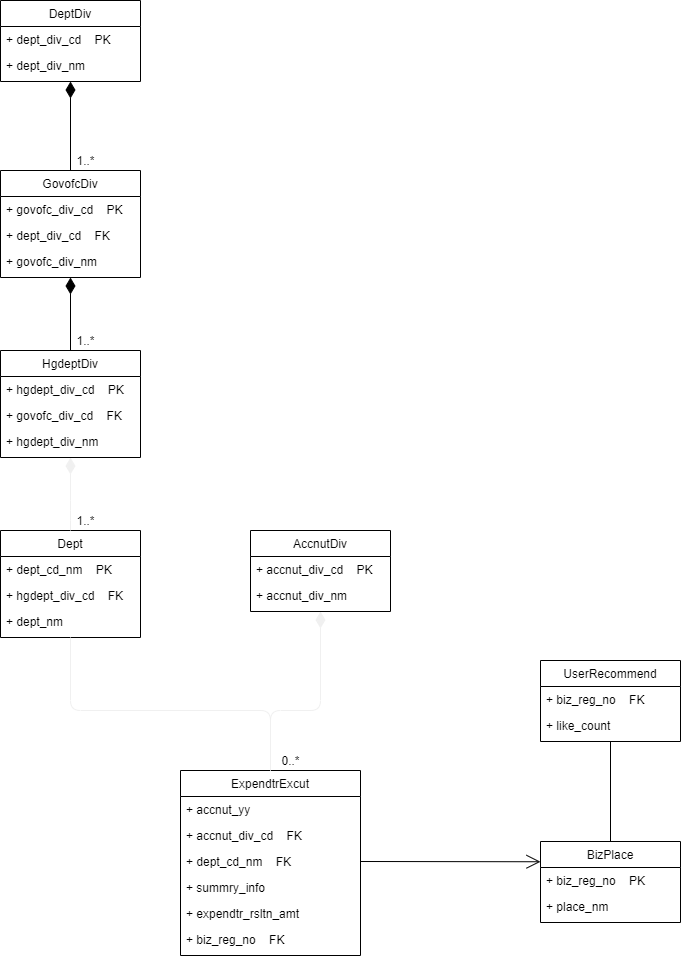
Before: document/다이어그램/uml_data_modeling.png, a diagram exported from draw.io (pengm2ng/AJOU_DATABASE_JMT). Source tidied: cells renumbered, new cells last; positions are measured from the earlier drawing's top-left corner, leaving out a move shared by most shapes.
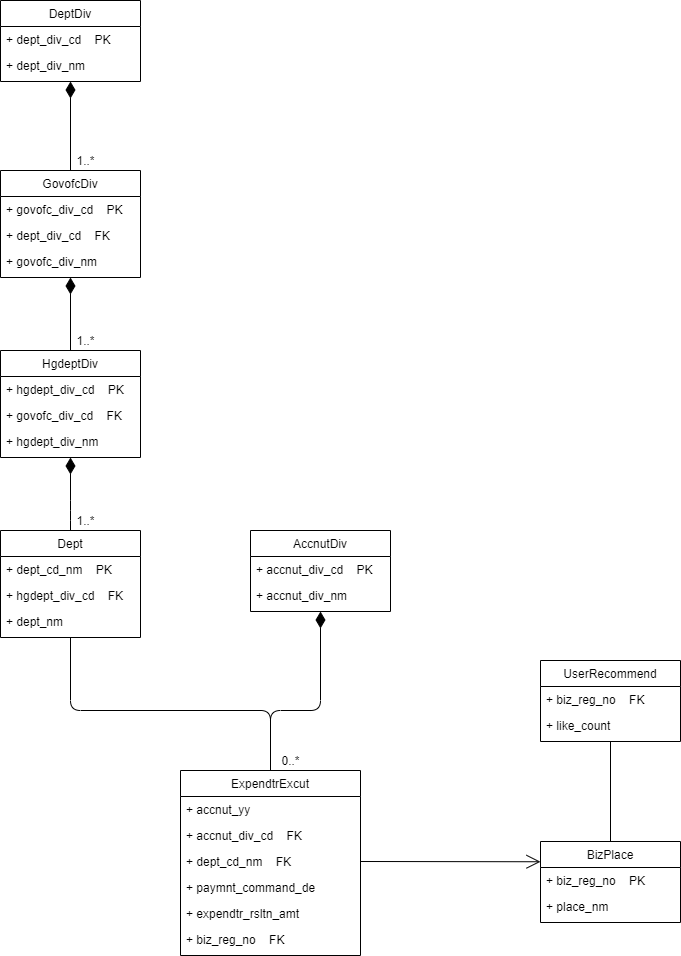
After the commit.

Commit message:
modify: uml diagram arrow color changed

The edit, as a diff of the source:
```diff
@@ -14,7 +14,7 @@
     <mxCell id="5" value="+ dept_cd_nm    FK" style="text;strokeColor=none;fillColor=none;align=left;verticalAlign=top;spacingLeft=4;spacingRight=4;overflow=hidden;points=[[0,0.5],[1,0.5]];portConstraint=eastwest;" parent="2" vertex="1">
       <mxGeometry y="78" width="180" height="26" as="geometry" />
     </mxCell>
-    <mxCell id="6" value="+ summry_info" style="text;strokeColor=none;fillColor=none;align=left;verticalAlign=top;spacingLeft=4;spacingRight=4;overflow=hidden;" parent="2" vertex="1">
+    <mxCell id="6" value="+ paymnt_command_de" style="text;strokeColor=none;fillColor=none;align=left;verticalAlign=top;spacingLeft=4;spacingRight=4;overflow=hidden;" parent="2" vertex="1">
       <mxGeometry y="104" width="180" height="26" as="geometry" />
     </mxCell>
     <mxCell id="7" value="+ expendtr_rsltn_amt" style="text;strokeColor=none;fillColor=none;align=left;verticalAlign=top;spacingLeft=4;spacingRight=4;overflow=hidden;" parent="2" vertex="1">
@@ -23,7 +23,7 @@
     <mxCell id="8" value="+ biz_reg_no    FK" style="text;strokeColor=none;fillColor=none;align=left;verticalAlign=top;spacingLeft=4;spacingRight=4;overflow=hidden;" parent="2" vertex="1">
       <mxGeometry y="156" width="180" height="26" as="geometry" />
     </mxCell>
-    <mxCell id="9" style="edgeStyle=orthogonalEdgeStyle;jettySize=auto;html=1;exitX=0.5;exitY=1;exitDx=0;exitDy=0;entryX=0.5;entryY=0;entryDx=0;entryDy=0;startArrow=diamondThin;startFill=1;startSize=14;endArrow=none;endFill=0;endSize=12;align=left;" parent="1" edge="1" source="10" target="14">
+    <mxCell id="9" style="edgeStyle=orthogonalEdgeStyle;jettySize=auto;html=1;exitX=0.5;exitY=1;exitDx=0;exitDy=0;entryX=0.5;entryY=0;entryDx=0;entryDy=0;startArrow=diamondThin;startFill=1;startSize=14;endArrow=none;endFill=0;endSize=12;align=left;strokeColor=#000000;" parent="1" edge="1" source="10" target="14">
       <mxGeometry relative="1" as="geometry" />
     </mxCell>
     <mxCell id="10" value="DeptDiv" style="swimlane;fontStyle=0;horizontal=1;startSize=26;fillColor=none;" parent="1" vertex="1">
@@ -35,7 +35,7 @@
     <mxCell id="12" value="+ dept_div_nm" style="text;strokeColor=none;fillColor=none;align=left;verticalAlign=top;spacingLeft=4;spacingRight=4;overflow=hidden;" parent="10" vertex="1">
       <mxGeometry y="52" width="140" height="26" as="geometry" />
     </mxCell>
-    <mxCell id="13" style="edgeStyle=orthogonalEdgeStyle;jettySize=auto;html=1;exitX=0.5;exitY=1;exitDx=0;exitDy=0;entryX=0.5;entryY=0;entryDx=0;entryDy=0;startArrow=diamondThin;startFill=1;startSize=14;endArrow=none;endFill=0;endSize=12;align=left;" parent="1" edge="1" source="14" target="18">
+    <mxCell id="13" style="edgeStyle=orthogonalEdgeStyle;jettySize=auto;html=1;exitX=0.5;exitY=1;exitDx=0;exitDy=0;entryX=0.5;entryY=0;entryDx=0;entryDy=0;startArrow=diamondThin;startFill=1;startSize=14;endArrow=none;endFill=0;endSize=12;align=left;strokeColor=#000000;" parent="1" edge="1" source="14" target="18">
       <mxGeometry relative="1" as="geometry" />
     </mxCell>
     <mxCell id="14" value="GovofcDiv" style="swimlane;fontStyle=0;horizontal=1;startSize=26;fillColor=none;" parent="1" vertex="1">
@@ -83,7 +83,7 @@
     <mxCell id="28" value="+ accnut_div_nm" style="text;strokeColor=none;fillColor=none;align=left;verticalAlign=top;spacingLeft=4;spacingRight=4;overflow=hidden;" parent="26" vertex="1">
       <mxGeometry y="52" width="140" height="26" as="geometry" />
     </mxCell>
-    <mxCell id="29" style="endArrow=none;endSize=12;startArrow=none;startSize=14;startFill=0;edgeStyle=orthogonalEdgeStyle;align=left;verticalAlign=bottom;strokeColor=#f0f0f0;endFill=0;entryX=0.5;entryY=0;entryDx=0;entryDy=0;exitX=0.5;exitY=1;exitDx=0;exitDy=0;html=1;" parent="1" edge="1" source="22" target="2">
+    <mxCell id="29" style="endArrow=none;endSize=12;startArrow=none;startSize=14;startFill=0;edgeStyle=orthogonalEdgeStyle;align=left;verticalAlign=bottom;endFill=0;entryX=0.5;entryY=0;entryDx=0;entryDy=0;exitX=0.5;exitY=1;exitDx=0;exitDy=0;html=1;strokeColor=#000000;" parent="1" edge="1" source="22" target="2">
       <mxGeometry x="-0.87" relative="1" as="geometry">
         <Array as="points">
           <mxPoint x="70" y="710" />
@@ -91,7 +91,7 @@
         </Array>
       </mxGeometry>
     </mxCell>
-    <mxCell id="30" style="endArrow=none;html=1;endSize=12;startArrow=diamondThin;startSize=14;startFill=1;edgeStyle=orthogonalEdgeStyle;align=left;verticalAlign=bottom;strokeColor=#f0f0f0;endFill=0;entryX=0.5;entryY=0;entryDx=0;entryDy=0;exitX=0.5;exitY=1;exitDx=0;exitDy=0;" parent="1" edge="1" source="26" target="2">
+    <mxCell id="30" style="endArrow=none;html=1;endSize=12;startArrow=diamondThin;startSize=14;startFill=1;edgeStyle=orthogonalEdgeStyle;align=left;verticalAlign=bottom;endFill=0;entryX=0.5;entryY=0;entryDx=0;entryDy=0;exitX=0.5;exitY=1;exitDx=0;exitDy=0;strokeColor=#000000;" parent="1" edge="1" source="26" target="2">
       <mxGeometry x="-0.82" y="10" relative="1" as="geometry">
         <Array as="points">
           <mxPoint x="320" y="710" />
@@ -99,7 +99,7 @@
         </Array>
       </mxGeometry>
     </mxCell>
-    <mxCell id="31" style="endArrow=none;html=1;endSize=12;startArrow=diamondThin;startSize=14;startFill=1;edgeStyle=orthogonalEdgeStyle;align=left;verticalAlign=bottom;strokeColor=#f0f0f0;endFill=0;entryX=0.5;entryY=0;entryDx=0;entryDy=0;exitX=0.5;exitY=1;exitDx=0;exitDy=0;" parent="1" edge="1" source="18" target="22">
+    <mxCell id="31" style="endArrow=none;html=1;endSize=12;startArrow=diamondThin;startSize=14;startFill=1;edgeStyle=orthogonalEdgeStyle;align=left;verticalAlign=bottom;endFill=0;entryX=0.5;entryY=0;entryDx=0;entryDy=0;exitX=0.5;exitY=1;exitDx=0;exitDy=0;strokeColor=#000000;" parent="1" edge="1" source="18" target="22">
       <mxGeometry x="-0.51" y="10" relative="1" as="geometry">
         <Array as="points">
           <mxPoint x="70" y="510" />
@@ -137,10 +137,10 @@
     <mxCell id="41" value="0..*" style="text;html=1;align=center;verticalAlign=middle;" parent="1" vertex="1">
       <mxGeometry x="275" y="750" width="30" height="20" as="geometry" />
     </mxCell>
-    <mxCell id="42" style="endArrow=open;endFill=1;endSize=12;html=1;entryX=0;entryY=0.25;entryDx=0;entryDy=0;exitX=1;exitY=0.5;exitDx=0;exitDy=0;" parent="1" edge="1" source="5" target="35">
+    <mxCell id="42" style="endArrow=open;endFill=1;endSize=12;html=1;entryX=0;entryY=0.25;entryDx=0;entryDy=0;exitX=1;exitY=0.5;exitDx=0;exitDy=0;strokeColor=#000000;" parent="1" edge="1" source="5" target="35">
       <mxGeometry relative="1" as="geometry" />
     </mxCell>
-    <mxCell id="43" style="endArrow=none;html=1;edgeStyle=orthogonalEdgeStyle;entryX=0.5;entryY=0;entryDx=0;entryDy=0;" parent="1" edge="1" source="32" target="35">
+    <mxCell id="43" style="endArrow=none;html=1;edgeStyle=orthogonalEdgeStyle;entryX=0.5;entryY=0;entryDx=0;entryDy=0;strokeColor=#000000;" parent="1" edge="1" source="32" target="35">
       <mxGeometry relative="1" as="geometry" />
     </mxCell>
   </root>
```
